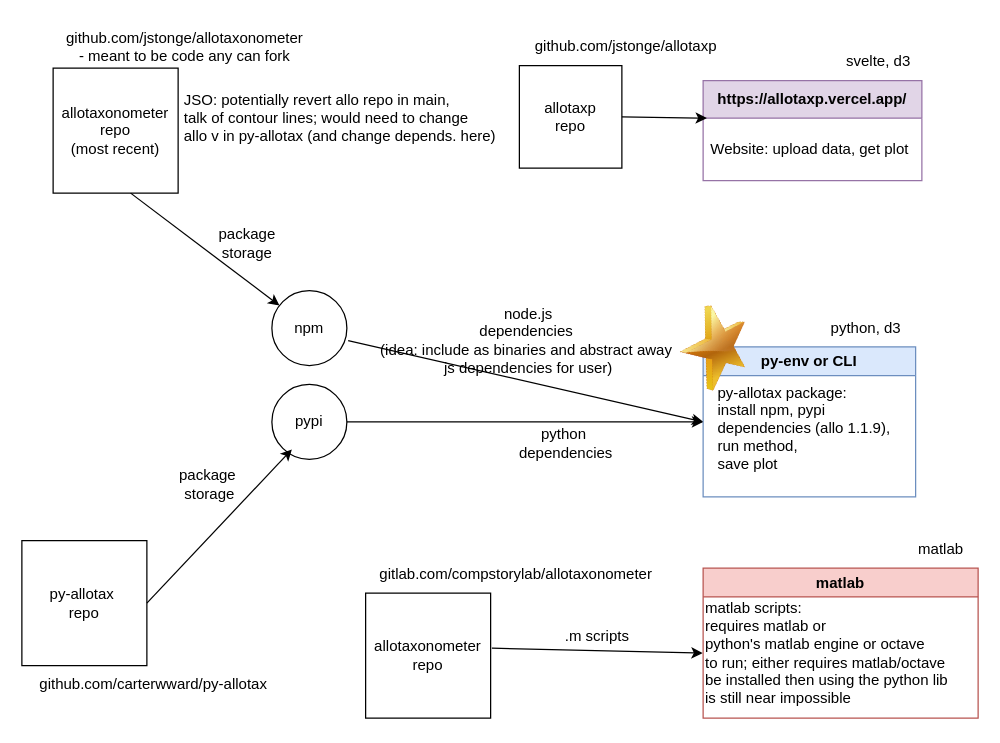
Before: allo_diagram.drawio in carterwward/py-allotax, a draw.io diagram. Source tidied: cells renumbered, new cells numbered last; positions are measured from the earlier drawing's top-left corner, leaving out a move shared by most shapes. Both pictures are drawn from the tidied source at 125%, with x=0, y=0 at pixel (21, 21).
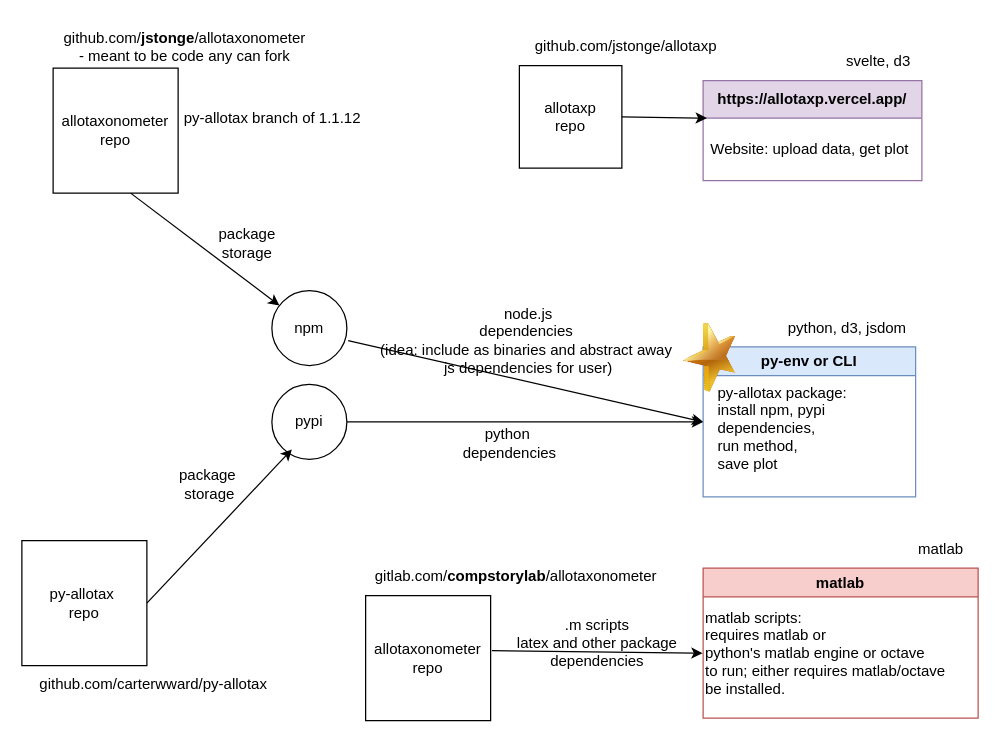
Above is the later version.

Unchanged cells that the change refers to:
```xml
<mxCell id="14" value="py-env or CLI" style="swimlane;whiteSpace=wrap;html=1;fillColor=#dae8fc;strokeColor=#6c8ebf;" parent="1" vertex="1">
  <mxGeometry x="545" y="260" width="170" height="120" as="geometry" />
</mxCell>
<mxCell id="22" value="matlab" style="swimlane;whiteSpace=wrap;html=1;fillColor=#f8cecc;strokeColor=#b85450;" parent="1" vertex="1">
  <mxGeometry x="545" y="437" width="220" height="120" as="geometry" />
</mxCell>
```

Change to the diagram source:
```diff
@@
-    <mxCell id="5" value="allotaxonometer repo&lt;div&gt;(most recent)&lt;/div&gt;" style="whiteSpace=wrap;html=1;" parent="1" vertex="1">
+    <mxCell id="5" value="allotaxonometer repo" style="whiteSpace=wrap;html=1;" parent="1" vertex="1">
       <mxGeometry x="25" y="37" width="100" height="100" as="geometry" />
     </mxCell>
@@
-    <mxCell id="9" value="&lt;div&gt;&lt;span style=&quot;background-color: initial;&quot;&gt;github.com/jstonge/allotaxonometer&lt;/span&gt;&lt;br&gt;&lt;/div&gt;&lt;div&gt;- meant to be code any can fork&lt;/div&gt;" style="text;html=1;align=center;verticalAlign=middle;strokeColor=none;fillColor=none;" parent="1" vertex="1">
-      <mxGeometry x="25" width="210" height="40" as="geometry" />
+    <mxCell id="9" value="&lt;div&gt;&lt;span style=&quot;background-color: initial;&quot;&gt;github.com/&lt;b&gt;jstonge&lt;/b&gt;/allotaxonometer&lt;/span&gt;&lt;br&gt;&lt;/div&gt;&lt;div&gt;- meant to be code any can fork&lt;/div&gt;" style="text;html=1;align=center;verticalAlign=middle;strokeColor=none;fillColor=none;" parent="1" vertex="1">
+      <mxGeometry x="20" width="220" height="40" as="geometry" />
     </mxCell>
@@
     <mxCell id="11" value="allotaxonometer repo" style="whiteSpace=wrap;html=1;" parent="1" vertex="1">
-      <mxGeometry x="275" y="457" width="100" height="100" as="geometry" />
+      <mxGeometry x="275" y="459" width="100" height="100" as="geometry" />
     </mxCell>
-    <mxCell id="12" value="gitlab.com/compstorylab/allotaxonometer" style="text;html=1;align=center;verticalAlign=middle;strokeColor=none;fillColor=none;" parent="1" vertex="1">
-      <mxGeometry x="275" y="427" width="240" height="30" as="geometry" />
+    <mxCell id="12" value="gitlab.com/&lt;b&gt;compstorylab&lt;/b&gt;/allotaxonometer" style="text;html=1;align=center;verticalAlign=middle;strokeColor=none;fillColor=none;" parent="1" vertex="1">
+      <mxGeometry x="270" y="429" width="250" height="30" as="geometry" />
     </mxCell>
@@
-    <mxCell id="15" value="py-allotax package:&amp;nbsp;&lt;div&gt;install npm, pypi&amp;nbsp;&lt;/div&gt;&lt;div&gt;dependencies (allo 1.1.9),&amp;nbsp;&lt;div&gt;run method,&amp;nbsp;&lt;/div&gt;&lt;div&gt;save plot&lt;/div&gt;&lt;/div&gt;" style="text;html=1;align=left;verticalAlign=middle;strokeColor=none;fillColor=none;" parent="14" vertex="1">
-      <mxGeometry x="10" y="20" width="160" height="90" as="geometry" />
+    <mxCell id="15" value="py-allotax package:&amp;nbsp;&lt;div&gt;install npm, pypi&amp;nbsp;&lt;/div&gt;&lt;div&gt;dependencies,&amp;nbsp;&lt;div&gt;run method,&amp;nbsp;&lt;/div&gt;&lt;div&gt;save plot&lt;/div&gt;&lt;/div&gt;" style="text;html=1;align=left;verticalAlign=middle;strokeColor=none;fillColor=none;" parent="14" vertex="1">
+      <mxGeometry x="10" y="20" width="130" height="90" as="geometry" />
     </mxCell>
     <mxCell id="16" style="image;html=1;image=img/lib/clip_art/general/Star_128x128.png;rotation=-15;" parent="14" vertex="1">
-      <mxGeometry x="-20" y="-33" width="60" height="67" as="geometry" />
+      <mxGeometry x="-18.1" y="-18.9" width="50" height="54" as="geometry" />
     </mxCell>
@@
     <mxCell id="21" value="python&amp;nbsp;&lt;div&gt;dependencies&lt;/div&gt;" style="text;html=1;align=center;verticalAlign=middle;strokeColor=none;fillColor=none;" parent="1" vertex="1">
-      <mxGeometry x="385" y="317" width="100" height="40" as="geometry" />
+      <mxGeometry x="340" y="317" width="100" height="40" as="geometry" />
     </mxCell>
@@
-    <mxCell id="23" value="matlab scripts:&amp;nbsp;&lt;div&gt;requires matlab or&amp;nbsp;&lt;div&gt;python's matlab engine or octave&amp;nbsp;&lt;/div&gt;&lt;div&gt;to run; either requires matlab/octave&amp;nbsp;&lt;/div&gt;&lt;div&gt;be installed then using the python lib&amp;nbsp;&lt;/div&gt;&lt;div&gt;is still near impossible&lt;br&gt;&lt;/div&gt;&lt;/div&gt;" style="text;html=1;align=left;verticalAlign=middle;points=[];strokeColor=none;fillColor=none;" parent="22" vertex="1">
-      <mxGeometry y="18" width="220" height="100" as="geometry" />
+    <mxCell id="23" value="matlab scripts:&amp;nbsp;&lt;div&gt;requires matlab or&amp;nbsp;&lt;div&gt;python's matlab engine or octave&amp;nbsp;&lt;/div&gt;&lt;div&gt;to run; either requires matlab/octave&amp;nbsp;&lt;/div&gt;&lt;div&gt;be installed.&lt;/div&gt;&lt;/div&gt;" style="text;html=1;align=left;verticalAlign=middle;points=[];strokeColor=none;fillColor=none;" parent="22" vertex="1">
+      <mxGeometry y="23" width="220" height="90" as="geometry" />
     </mxCell>
@@
-    <mxCell id="26" value=".m scripts" style="text;html=1;align=center;verticalAlign=middle;strokeColor=none;fillColor=none;" parent="1" vertex="1">
-      <mxGeometry x="425" y="477" width="70" height="30" as="geometry" />
+    <mxCell id="26" value=".m scripts&lt;div&gt;latex and other package&lt;/div&gt;&lt;div&gt;dependencies&lt;/div&gt;" style="text;html=1;align=center;verticalAlign=middle;strokeColor=none;fillColor=none;" parent="1" vertex="1">
+      <mxGeometry x="385" y="467" width="150" height="60" as="geometry" />
     </mxCell>
-    <mxCell id="27" value="python, d3" style="text;html=1;align=center;verticalAlign=middle;strokeColor=none;fillColor=none;" parent="1" vertex="1">
-      <mxGeometry x="635" y="230" width="80" height="30" as="geometry" />
+    <mxCell id="27" value="python, d3, jsdom" style="text;html=1;align=center;verticalAlign=middle;strokeColor=none;fillColor=none;" parent="1" vertex="1">
+      <mxGeometry x="600" y="230" width="120" height="30" as="geometry" />
     </mxCell>
@@
-    <mxCell id="33" value="JSO: potentially revert allo repo in main,&lt;div&gt;talk of contour lines; would need to change&lt;/div&gt;&lt;div&gt;allo v in py-allotax (and change depends. here)&lt;/div&gt;" style="text;html=1;align=left;verticalAlign=middle;strokeColor=none;fillColor=none;" parent="1" vertex="1">
-      <mxGeometry x="128" y="47" width="270" height="60" as="geometry" />
+    <mxCell id="33" value="py-allotax branch of 1.1.12" style="text;html=1;align=left;verticalAlign=middle;strokeColor=none;fillColor=none;" parent="1" vertex="1">
+      <mxGeometry x="128" y="62" width="160" height="30" as="geometry" />
     </mxCell>
```
